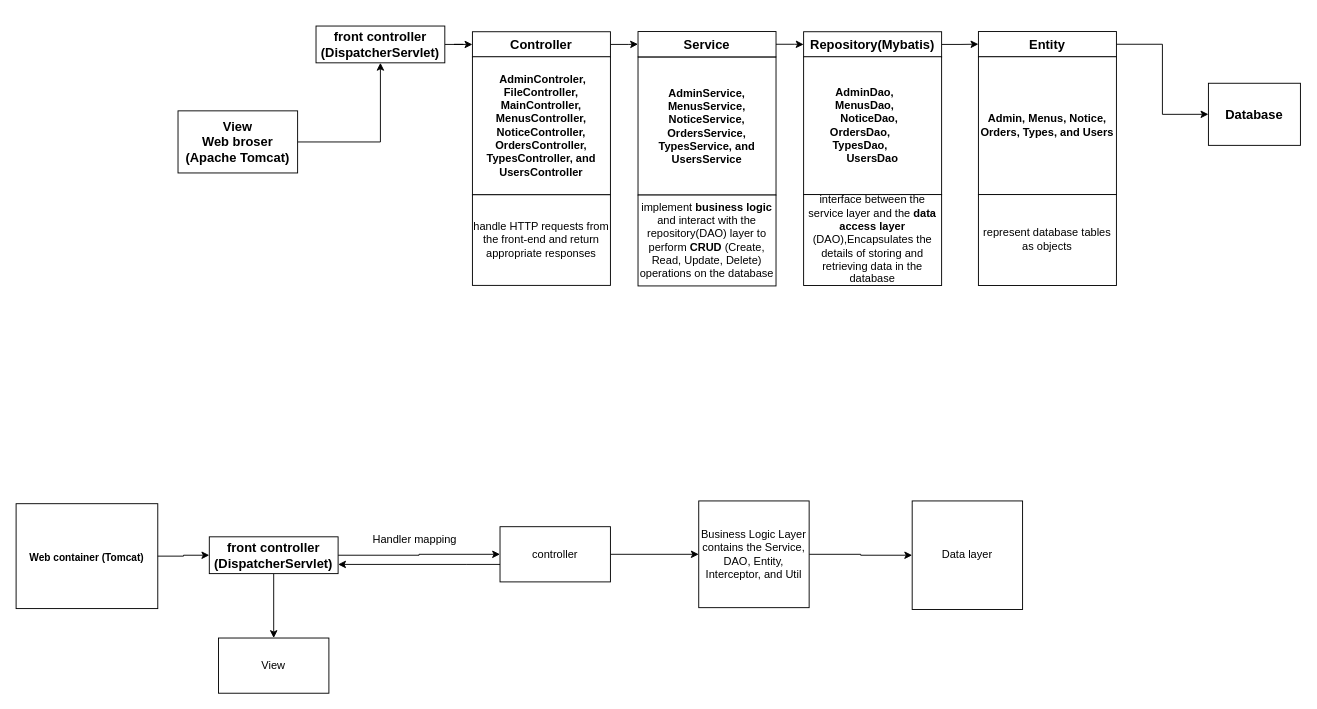
JetfiremaxYao/CW keeps this draw.io diagram as system architecture.drawio. Above is the earlier version. Source tidied: cells renumbered, new cells numbered last; positions are measured from the earlier drawing's top-left corner, leaving out a move shared by most shapes. Both pictures are drawn from the tidied source at 92%, with x=0, y=0 at pixel (16, 26).
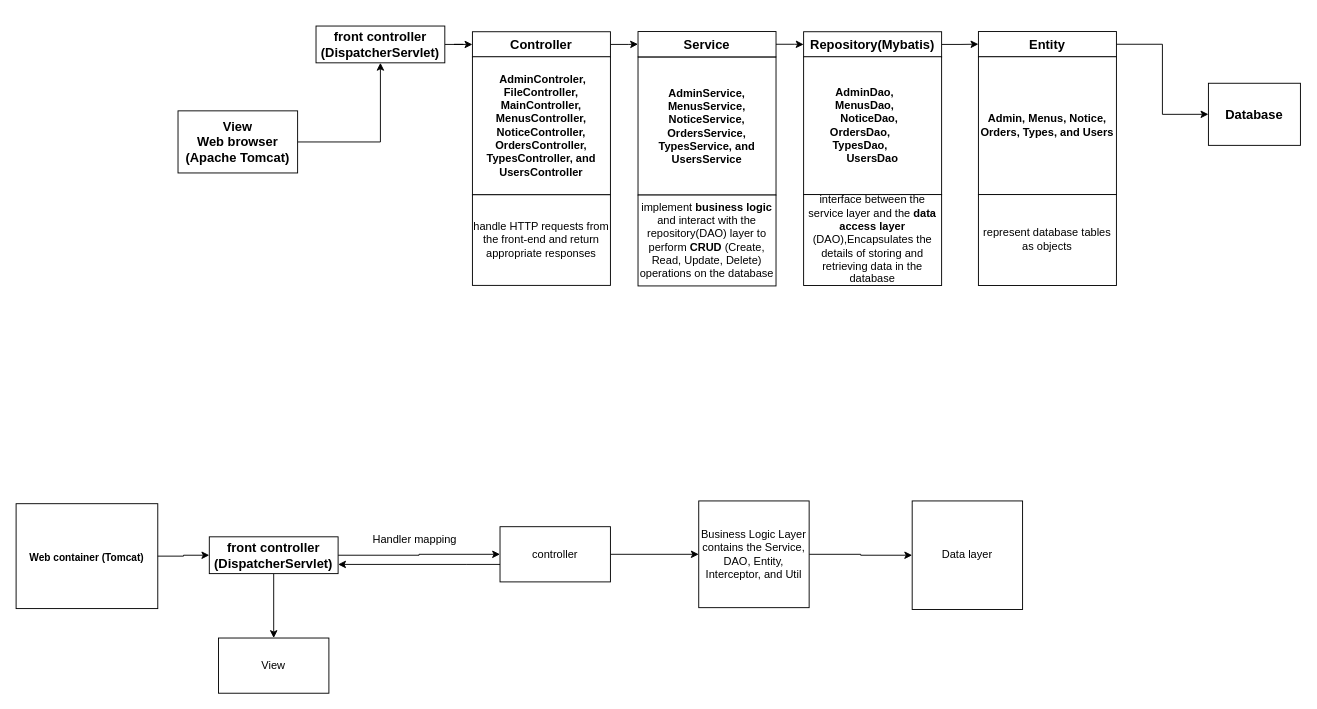
After the change.

What changed in the source:
```diff
@@
-    <mxCell id="3" value="&lt;h3&gt;View&lt;br&gt;Web broser (Apache Tomcat)&lt;/h3&gt;" style="rounded=0;whiteSpace=wrap;html=1;" parent="1" vertex="1">
+    <mxCell id="3" value="&lt;h3&gt;View&lt;br&gt;Web browser (Apache Tomcat)&lt;/h3&gt;" style="rounded=0;whiteSpace=wrap;html=1;" parent="1" vertex="1">
       <mxGeometry x="176" y="92" width="130" height="67.5" as="geometry" />
     </mxCell>
```
